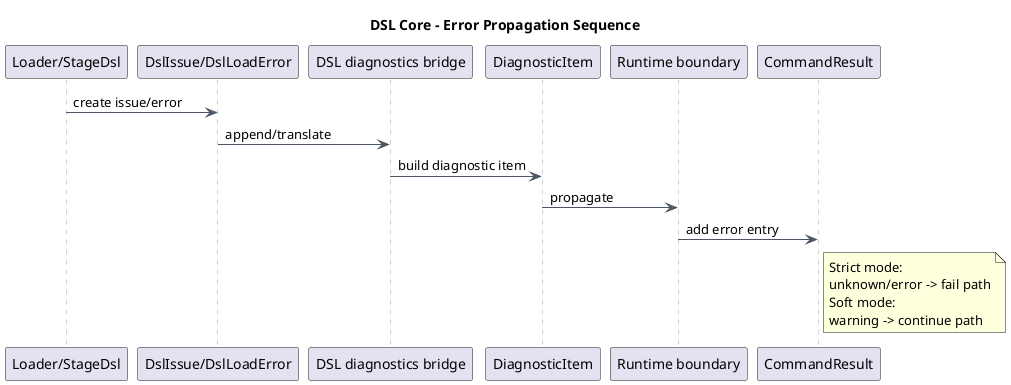
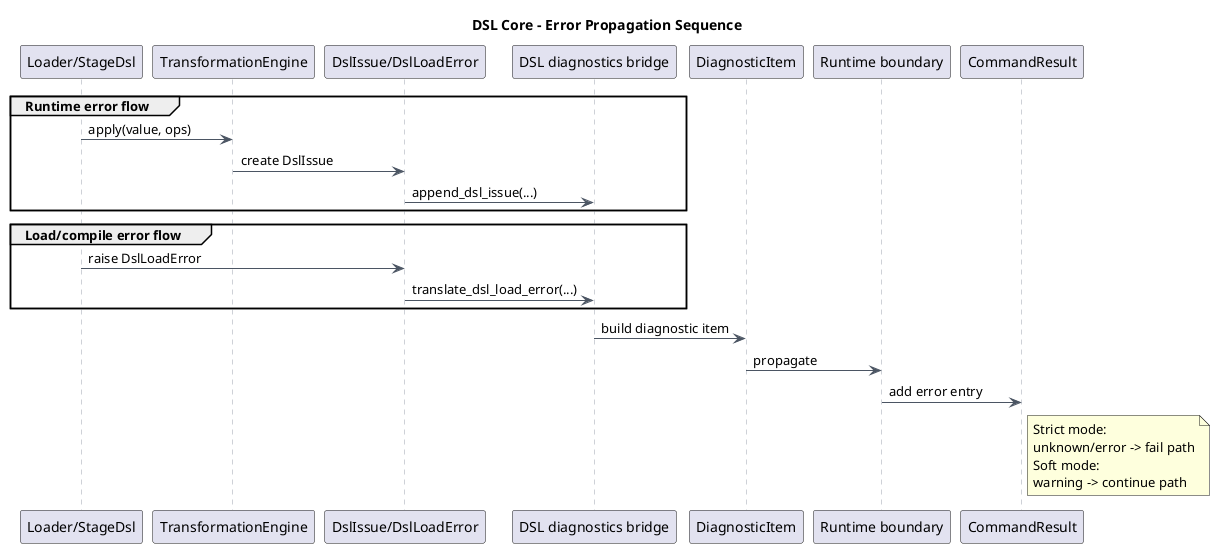
@startuml
title DSL Core - Error Propagation Sequence

skinparam backgroundColor white
skinparam defaultFontName Arial
skinparam linetype ortho
skinparam sequence {
  ArrowColor #4b5563
  LifeLineBorderColor #9ca3af
}

participant "Loader/StageDsl" as Dsl
+ participant "TransformationEngine" as Engine
participant "DslIssue/DslLoadError" as Issues
participant "DSL diagnostics bridge" as Bridge
participant "DiagnosticItem" as Diagnostic
participant "Runtime boundary" as Boundary
participant "CommandResult" as Result

- Dsl -> Issues: create issue/error
- Issues -> Bridge: append/translate
+ group Runtime error flow
+   Dsl -> Engine: apply(value, ops)
+   Engine -> Issues: create DslIssue
+   Issues -> Bridge: append_dsl_issue(...)
+ end
+ 
+ group Load/compile error flow
+   Dsl -> Issues: raise DslLoadError
+   Issues -> Bridge: translate_dsl_load_error(...)
+ end
+ 
Bridge -> Diagnostic: build diagnostic item
Diagnostic -> Boundary: propagate
Boundary -> Result: add error entry

note right of Result
Strict mode:
unknown/error -> fail path
Soft mode:
warning -> continue path
end note

@enduml
